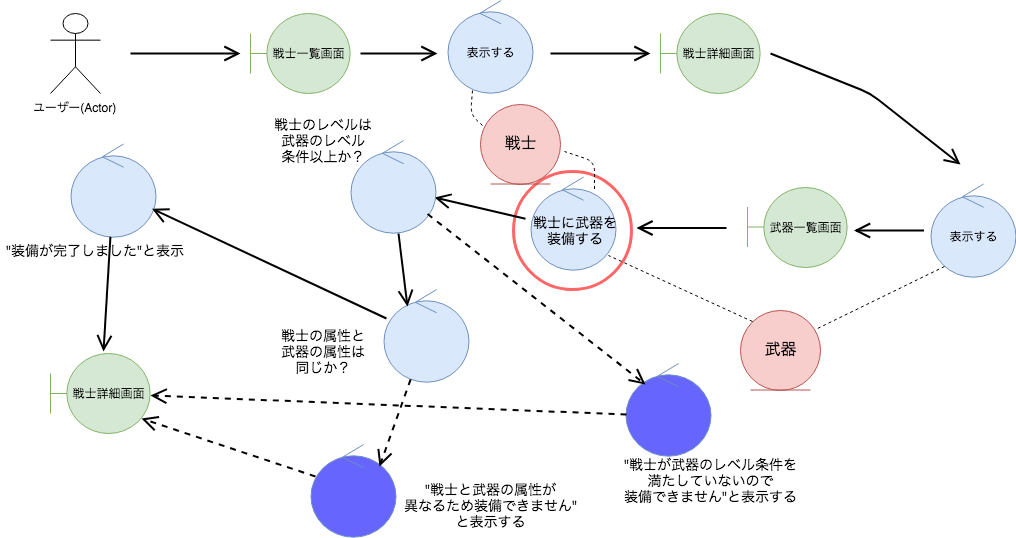
Above: assets/img/robustness/updated-robustness-diagram.png in s10myk4/scalamatsuri2019-slide (draw.io), before the change. Source tidied: cells renumbered, new cells last; positions are measured from the earlier drawing's top-left corner, leaving out a move shared by most shapes. The source it was exported from:
```xml
<mxGraphModel>
  <root>
    <mxCell id="0" />
    <mxCell id="1" parent="0" />
    <mxCell id="2" style="ellipse;whiteSpace=wrap;html=1;strokeColor=#FF6666;strokeWidth=3;labelBackgroundColor=none;fillColor=none;" parent="1" vertex="1">
      <mxGeometry x="513" y="171" width="118" height="118" as="geometry" />
    </mxCell>
    <mxCell id="3" value="&lt;span style=&quot;font-weight: normal&quot;&gt;戦士一覧画面&lt;/span&gt;" style="shape=umlBoundary;whiteSpace=wrap;html=1;fillColor=#d5e8d4;strokeColor=#82b366;fontStyle=1;" parent="1" vertex="1">
      <mxGeometry x="250" y="13" width="100" height="80" as="geometry" />
    </mxCell>
    <mxCell id="4" value="ユーザー(Actor)" style="shape=umlActor;verticalLabelPosition=bottom;labelBackgroundColor=#ffffff;verticalAlign=top;html=1;" parent="1" vertex="1">
      <mxGeometry x="50" y="13" width="50" height="80" as="geometry" />
    </mxCell>
    <mxCell id="5" value="&lt;font style=&quot;font-size: 12px&quot;&gt;戦士詳細画面&lt;/font&gt;" style="shape=umlBoundary;whiteSpace=wrap;html=1;fillColor=#d5e8d4;strokeColor=#82b366;" parent="1" vertex="1">
      <mxGeometry x="660" y="13" width="100" height="80" as="geometry" />
    </mxCell>
    <mxCell id="6" value="戦士詳細画面" style="shape=umlBoundary;whiteSpace=wrap;html=1;fillColor=#d5e8d4;strokeColor=#82b366;" parent="1" vertex="1">
      <mxGeometry x="50" y="353" width="100" height="80" as="geometry" />
    </mxCell>
    <mxCell id="7" style="endArrow=open;endFill=0;endSize=12;html=1;strokeWidth=2;rounded=1;jumpSize=6;" parent="1" edge="1">
      <mxGeometry relative="1" as="geometry">
        <mxPoint x="130" y="53" as="sourcePoint" />
        <mxPoint x="240" y="53" as="targetPoint" />
      </mxGeometry>
    </mxCell>
    <mxCell id="8" style="endArrow=open;endFill=0;endSize=12;html=1;strokeWidth=2;rounded=1;jumpSize=6;" parent="1" edge="1">
      <mxGeometry relative="1" as="geometry">
        <mxPoint x="360" y="53" as="sourcePoint" />
        <mxPoint x="437" y="53" as="targetPoint" />
      </mxGeometry>
    </mxCell>
    <mxCell id="9" style="endArrow=open;endFill=0;endSize=12;html=1;strokeWidth=2;rounded=1;jumpSize=6;" parent="1" edge="1">
      <mxGeometry relative="1" as="geometry">
        <mxPoint x="550" y="53" as="sourcePoint" />
        <mxPoint x="650" y="53" as="targetPoint" />
      </mxGeometry>
    </mxCell>
    <mxCell id="10" style="endArrow=open;endFill=0;endSize=12;html=1;strokeWidth=2;rounded=1;jumpSize=6;" parent="1" edge="1">
      <mxGeometry relative="1" as="geometry">
        <mxPoint x="770" y="53" as="sourcePoint" />
        <mxPoint x="960" y="164" as="targetPoint" />
        <Array as="points">
          <mxPoint x="870" y="93" />
        </Array>
      </mxGeometry>
    </mxCell>
    <mxCell id="11" style="endArrow=open;endFill=0;endSize=12;html=1;strokeWidth=2;rounded=1;jumpSize=6;entryX=0.988;entryY=0.613;entryDx=0;entryDy=0;entryPerimeter=0;" parent="1" edge="1" source="39" target="14">
      <mxGeometry relative="1" as="geometry" />
    </mxCell>
    <mxCell id="12" style="endArrow=open;endFill=0;endSize=12;html=1;strokeWidth=2;rounded=1;jumpSize=6;" parent="1" edge="1">
      <mxGeometry relative="1" as="geometry">
        <mxPoint x="923.5" y="230" as="sourcePoint" />
        <mxPoint x="853.5" y="230" as="targetPoint" />
      </mxGeometry>
    </mxCell>
    <mxCell id="13" value="&lt;span&gt;表示する&lt;/span&gt;" style="ellipse;shape=umlControl;whiteSpace=wrap;html=1;fillColor=#dae8fc;strokeColor=#6c8ebf;" parent="1" vertex="1">
      <mxGeometry x="447.5" width="85" height="93" as="geometry" />
    </mxCell>
    <mxCell id="14" style="ellipse;shape=umlControl;whiteSpace=wrap;html=1;fillColor=#dae8fc;strokeColor=#6c8ebf;" parent="1" vertex="1">
      <mxGeometry x="350" y="140" width="85" height="93" as="geometry" />
    </mxCell>
    <mxCell id="15" style="ellipse;shape=umlControl;whiteSpace=wrap;html=1;fillColor=#dae8fc;strokeColor=#6c8ebf;" parent="1" vertex="1">
      <mxGeometry x="383" y="289" width="85" height="93" as="geometry" />
    </mxCell>
    <mxCell id="16" value="&lt;font style=&quot;font-size: 12px&quot;&gt;武器一覧画面&lt;/font&gt;&lt;br&gt;" style="shape=umlBoundary;whiteSpace=wrap;html=1;fillColor=#d5e8d4;strokeColor=#82b366;" parent="1" vertex="1">
      <mxGeometry x="747" y="186.5" width="100" height="80" as="geometry" />
    </mxCell>
    <mxCell id="17" style="ellipse;shape=umlControl;whiteSpace=wrap;html=1;fillColor=#6666FF;strokeColor=#6c8ebf;" parent="1" vertex="1">
      <mxGeometry x="625" y="363" width="85" height="93" as="geometry" />
    </mxCell>
    <mxCell id="18" style="ellipse;shape=umlControl;whiteSpace=wrap;html=1;fillColor=#dae8fc;strokeColor=#6c8ebf;" parent="1" vertex="1">
      <mxGeometry x="70" y="143.5" width="85" height="93" as="geometry" />
    </mxCell>
    <mxCell id="19" style="endArrow=open;endFill=0;endSize=12;html=1;strokeWidth=2;rounded=1;jumpSize=6;exitX=0.035;exitY=0.312;exitDx=0;exitDy=0;exitPerimeter=0;" parent="1" edge="1" source="15" target="18">
      <mxGeometry relative="1" as="geometry" />
    </mxCell>
    <mxCell id="20" style="endArrow=open;endFill=0;endSize=12;html=1;strokeWidth=2;rounded=1;jumpSize=6;entryX=0.53;entryY=-0.025;entryDx=0;entryDy=0;entryPerimeter=0;" parent="1" edge="1" source="18" target="6">
      <mxGeometry relative="1" as="geometry" />
    </mxCell>
    <mxCell id="21" style="ellipse;shape=umlControl;whiteSpace=wrap;html=1;fillColor=#6666FF;strokeColor=#6c8ebf;" parent="1" vertex="1">
      <mxGeometry x="310" y="444" width="85" height="93" as="geometry" />
    </mxCell>
    <mxCell id="22" style="endArrow=open;endFill=0;endSize=12;html=1;strokeWidth=2;rounded=1;jumpSize=6;entryX=0.282;entryY=0.183;entryDx=0;entryDy=0;entryPerimeter=0;exitX=0.565;exitY=1.005;exitDx=0;exitDy=0;exitPerimeter=0;" parent="1" edge="1" source="14" target="15">
      <mxGeometry relative="1" as="geometry" />
    </mxCell>
    <mxCell id="23" style="endArrow=none;endFill=0;endSize=12;html=1;strokeWidth=1;rounded=1;jumpSize=6;dashed=1;entryX=0.288;entryY=0.968;entryDx=0;entryDy=0;entryPerimeter=0;exitX=0.025;exitY=0.269;exitDx=0;exitDy=0;exitPerimeter=0;" parent="1" edge="1" source="36" target="13">
      <mxGeometry relative="1" as="geometry">
        <Array as="points">
          <mxPoint x="470" y="114" />
        </Array>
      </mxGeometry>
    </mxCell>
    <mxCell id="24" value="&lt;font style=&quot;font-size: 16px&quot;&gt;武器&lt;/font&gt;&lt;br&gt;" style="ellipse;shape=umlEntity;whiteSpace=wrap;html=1;fillColor=#f8cecc;strokeColor=#b85450;" parent="1" vertex="1">
      <mxGeometry x="740" y="309.5" width="80" height="80" as="geometry" />
    </mxCell>
    <mxCell id="25" value="&lt;font style=&quot;font-size: 12px&quot;&gt;表示する&lt;/font&gt;" style="ellipse;shape=umlControl;whiteSpace=wrap;html=1;fillColor=#dae8fc;strokeColor=#6c8ebf;" parent="1" vertex="1">
      <mxGeometry x="930" y="183.5" width="85" height="93" as="geometry" />
    </mxCell>
    <mxCell id="26" value="&lt;font style=&quot;font-size: 14px&quot;&gt;&quot;装備が完了しました&quot;と表示&lt;/font&gt;" style="text;html=1;align=center;verticalAlign=middle;fillColor=none;strokeColor=none;rounded=0;" parent="1" vertex="1">
      <mxGeometry y="240" width="190" height="20" as="geometry" />
    </mxCell>
    <mxCell id="27" value="&lt;span style=&quot;font-size: 14px&quot;&gt;戦士のレベルは&lt;br&gt;武器のレベル&lt;br&gt;条件以上か？&lt;/span&gt;" style="text;html=1;align=center;verticalAlign=middle;fillColor=none;strokeColor=none;rounded=0;" parent="1" vertex="1">
      <mxGeometry x="268" y="115" width="110" height="50" as="geometry" />
    </mxCell>
    <mxCell id="28" value="&lt;span style=&quot;font-size: 14px&quot;&gt;戦士の属性と&lt;br&gt;武器の属性は&lt;br&gt;同じか？&lt;/span&gt;" style="text;html=1;align=center;verticalAlign=middle;fillColor=none;strokeColor=none;rounded=0;" parent="1" vertex="1">
      <mxGeometry x="273" y="326" width="100" height="50" as="geometry" />
    </mxCell>
    <mxCell id="29" style="endArrow=open;endFill=0;endSize=12;html=1;strokeWidth=2;rounded=1;jumpSize=6;dashed=1;entryX=0.235;entryY=0.226;entryDx=0;entryDy=0;entryPerimeter=0;" parent="1" edge="1" source="14" target="17">
      <mxGeometry relative="1" as="geometry" />
    </mxCell>
    <mxCell id="30" value="&lt;span style=&quot;font-size: 14px&quot;&gt;&quot;戦士と武器の属性が&lt;br&gt;異なるため装備できません&quot;&lt;br&gt;と表示する&lt;/span&gt;" style="text;html=1;align=center;verticalAlign=middle;fillColor=none;strokeColor=none;rounded=0;" parent="1" vertex="1">
      <mxGeometry x="395" y="479.5" width="190" height="50" as="geometry" />
    </mxCell>
    <mxCell id="31" value="&lt;span style=&quot;font-size: 14px&quot;&gt;&quot;戦士が武器のレベル条件を&lt;br&gt;満たしていないので&lt;br&gt;装備できません&quot;と表示する&lt;/span&gt;" style="text;html=1;align=center;verticalAlign=middle;fillColor=none;strokeColor=none;rounded=0;" parent="1" vertex="1">
      <mxGeometry x="615" y="454.5" width="190" height="50" as="geometry" />
    </mxCell>
    <mxCell id="32" style="endArrow=open;endFill=0;endSize=12;html=1;strokeWidth=2;rounded=1;jumpSize=6;dashed=1;entryX=0.812;entryY=0.237;entryDx=0;entryDy=0;entryPerimeter=0;" parent="1" edge="1" source="15" target="21">
      <mxGeometry relative="1" as="geometry" />
    </mxCell>
    <mxCell id="33" style="endArrow=open;endFill=0;endSize=12;html=1;strokeWidth=2;rounded=1;jumpSize=6;dashed=1;exitX=0.012;exitY=0.548;exitDx=0;exitDy=0;exitPerimeter=0;" parent="1" edge="1" source="17" target="6">
      <mxGeometry relative="1" as="geometry" />
    </mxCell>
    <mxCell id="34" style="endArrow=open;endFill=0;endSize=12;html=1;strokeWidth=2;rounded=1;jumpSize=6;dashed=1;exitX=0.059;exitY=0.344;exitDx=0;exitDy=0;exitPerimeter=0;entryX=0.91;entryY=0.813;entryDx=0;entryDy=0;entryPerimeter=0;" parent="1" edge="1" source="21" target="6">
      <mxGeometry relative="1" as="geometry" />
    </mxCell>
    <mxCell id="35" style="endArrow=none;endFill=0;endSize=12;html=1;strokeWidth=1;rounded=1;jumpSize=6;exitX=0.165;exitY=0.887;exitDx=0;exitDy=0;exitPerimeter=0;entryX=0.938;entryY=0.244;entryDx=0;entryDy=0;entryPerimeter=0;dashed=1;" parent="1" edge="1" source="25" target="24">
      <mxGeometry relative="1" as="geometry" />
    </mxCell>
    <mxCell id="36" value="&lt;font style=&quot;font-size: 16px&quot;&gt;戦士&lt;/font&gt;" style="ellipse;shape=umlEntity;whiteSpace=wrap;html=1;fillColor=#f8cecc;strokeColor=#b85450;" parent="1" vertex="1">
      <mxGeometry x="480" y="103.5" width="80" height="80" as="geometry" />
    </mxCell>
    <mxCell id="37" style="endArrow=none;endFill=0;endSize=12;html=1;strokeWidth=1;rounded=1;jumpSize=6;dashed=1;entryX=0.918;entryY=0.844;entryDx=0;entryDy=0;entryPerimeter=0;exitX=0;exitY=0;exitDx=0;exitDy=0;" parent="1" edge="1" source="24" target="38">
      <mxGeometry relative="1" as="geometry" />
    </mxCell>
    <mxCell id="38" style="ellipse;shape=umlControl;whiteSpace=wrap;html=1;fillColor=#dae8fc;strokeColor=#6c8ebf;" parent="1" vertex="1">
      <mxGeometry x="530" y="176.5" width="85" height="93" as="geometry" />
    </mxCell>
    <mxCell id="39" value="&lt;span style=&quot;font-size: 14px&quot;&gt;戦士に武器を&lt;br&gt;装備する&lt;/span&gt;" style="text;html=1;align=center;verticalAlign=middle;points=[];fillColor=none;strokeColor=none;rounded=0;" parent="1" vertex="1">
      <mxGeometry x="525" y="210" width="100" height="40" as="geometry" />
    </mxCell>
    <mxCell id="40" style="endArrow=open;endFill=0;endSize=12;html=1;strokeWidth=2;rounded=1;jumpSize=6;" parent="1" edge="1">
      <mxGeometry relative="1" as="geometry">
        <mxPoint x="726" y="227.5" as="sourcePoint" />
        <mxPoint x="636" y="227.5" as="targetPoint" />
      </mxGeometry>
    </mxCell>
    <mxCell id="41" style="endArrow=none;endFill=0;endSize=12;html=1;strokeWidth=1;rounded=1;jumpSize=6;dashed=1;entryX=1.05;entryY=0.594;entryDx=0;entryDy=0;entryPerimeter=0;" parent="1" edge="1" target="36">
      <mxGeometry relative="1" as="geometry">
        <mxPoint x="594" y="188.5" as="sourcePoint" />
        <Array as="points">
          <mxPoint x="594" y="161" />
        </Array>
      </mxGeometry>
    </mxCell>
  </root>
</mxGraphModel>
```
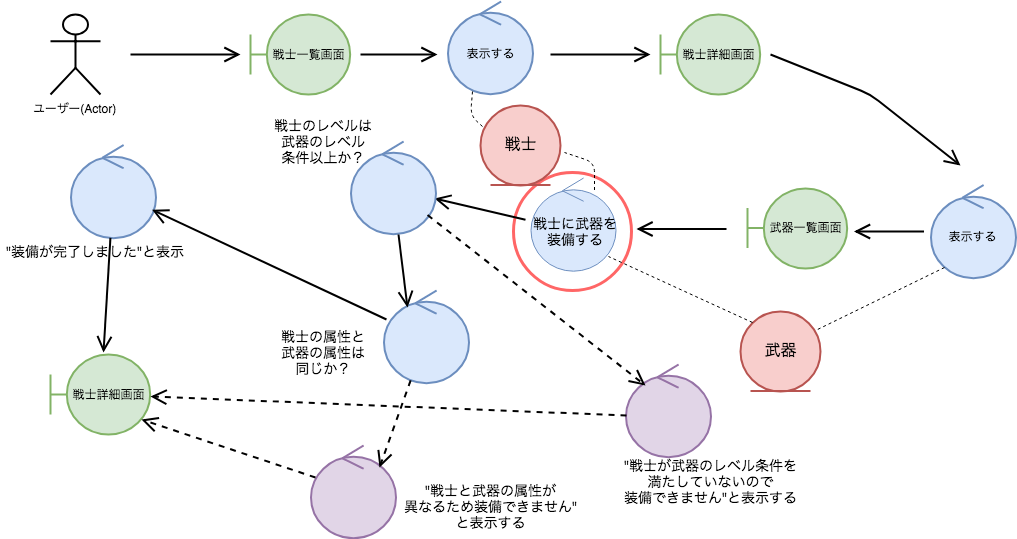
The same diagram one commit later.

The edit, as a diff of the source:
```diff
@@ -5,16 +5,16 @@
     <mxCell id="2" style="ellipse;whiteSpace=wrap;html=1;strokeColor=#FF6666;strokeWidth=3;labelBackgroundColor=none;fillColor=none;" parent="1" vertex="1">
       <mxGeometry x="513" y="171" width="118" height="118" as="geometry" />
     </mxCell>
-    <mxCell id="3" value="&lt;span style=&quot;font-weight: normal&quot;&gt;戦士一覧画面&lt;/span&gt;" style="shape=umlBoundary;whiteSpace=wrap;html=1;fillColor=#d5e8d4;strokeColor=#82b366;fontStyle=1;" parent="1" vertex="1">
+    <mxCell id="3" value="&lt;span style=&quot;font-weight: normal&quot;&gt;戦士一覧画面&lt;/span&gt;" style="shape=umlBoundary;whiteSpace=wrap;html=1;fillColor=#d5e8d4;strokeColor=#82b366;fontStyle=1;strokeWidth=2;" parent="1" vertex="1">
       <mxGeometry x="250" y="13" width="100" height="80" as="geometry" />
     </mxCell>
-    <mxCell id="4" value="ユーザー(Actor)" style="shape=umlActor;verticalLabelPosition=bottom;labelBackgroundColor=#ffffff;verticalAlign=top;html=1;" parent="1" vertex="1">
+    <mxCell id="4" value="ユーザー(Actor)" style="shape=umlActor;verticalLabelPosition=bottom;labelBackgroundColor=#ffffff;verticalAlign=top;html=1;strokeWidth=2;" parent="1" vertex="1">
       <mxGeometry x="50" y="13" width="50" height="80" as="geometry" />
     </mxCell>
-    <mxCell id="5" value="&lt;font style=&quot;font-size: 12px&quot;&gt;戦士詳細画面&lt;/font&gt;" style="shape=umlBoundary;whiteSpace=wrap;html=1;fillColor=#d5e8d4;strokeColor=#82b366;" parent="1" vertex="1">
+    <mxCell id="5" value="&lt;font style=&quot;font-size: 12px&quot;&gt;戦士詳細画面&lt;/font&gt;" style="shape=umlBoundary;whiteSpace=wrap;html=1;fillColor=#d5e8d4;strokeColor=#82b366;strokeWidth=2;" parent="1" vertex="1">
       <mxGeometry x="660" y="13" width="100" height="80" as="geometry" />
     </mxCell>
-    <mxCell id="6" value="戦士詳細画面" style="shape=umlBoundary;whiteSpace=wrap;html=1;fillColor=#d5e8d4;strokeColor=#82b366;" parent="1" vertex="1">
+    <mxCell id="6" value="戦士詳細画面" style="shape=umlBoundary;whiteSpace=wrap;html=1;fillColor=#d5e8d4;strokeColor=#82b366;strokeWidth=2;" parent="1" vertex="1">
       <mxGeometry x="50" y="353" width="100" height="80" as="geometry" />
     </mxCell>
     <mxCell id="7" style="endArrow=open;endFill=0;endSize=12;html=1;strokeWidth=2;rounded=1;jumpSize=6;" parent="1" edge="1">
@@ -53,22 +53,22 @@
         <mxPoint x="853.5" y="230" as="targetPoint" />
       </mxGeometry>
     </mxCell>
-    <mxCell id="13" value="&lt;span&gt;表示する&lt;/span&gt;" style="ellipse;shape=umlControl;whiteSpace=wrap;html=1;fillColor=#dae8fc;strokeColor=#6c8ebf;" parent="1" vertex="1">
+    <mxCell id="13" value="&lt;span&gt;表示する&lt;/span&gt;" style="ellipse;shape=umlControl;whiteSpace=wrap;html=1;fillColor=#dae8fc;strokeColor=#6c8ebf;strokeWidth=2;" parent="1" vertex="1">
       <mxGeometry x="447.5" width="85" height="93" as="geometry" />
     </mxCell>
-    <mxCell id="14" style="ellipse;shape=umlControl;whiteSpace=wrap;html=1;fillColor=#dae8fc;strokeColor=#6c8ebf;" parent="1" vertex="1">
+    <mxCell id="14" style="ellipse;shape=umlControl;whiteSpace=wrap;html=1;fillColor=#dae8fc;strokeColor=#6c8ebf;strokeWidth=2;" parent="1" vertex="1">
       <mxGeometry x="350" y="140" width="85" height="93" as="geometry" />
     </mxCell>
-    <mxCell id="15" style="ellipse;shape=umlControl;whiteSpace=wrap;html=1;fillColor=#dae8fc;strokeColor=#6c8ebf;" parent="1" vertex="1">
+    <mxCell id="15" style="ellipse;shape=umlControl;whiteSpace=wrap;html=1;fillColor=#dae8fc;strokeColor=#6c8ebf;strokeWidth=2;" parent="1" vertex="1">
       <mxGeometry x="383" y="289" width="85" height="93" as="geometry" />
     </mxCell>
-    <mxCell id="16" value="&lt;font style=&quot;font-size: 12px&quot;&gt;武器一覧画面&lt;/font&gt;&lt;br&gt;" style="shape=umlBoundary;whiteSpace=wrap;html=1;fillColor=#d5e8d4;strokeColor=#82b366;" parent="1" vertex="1">
+    <mxCell id="16" value="&lt;font style=&quot;font-size: 12px&quot;&gt;武器一覧画面&lt;/font&gt;&lt;br&gt;" style="shape=umlBoundary;whiteSpace=wrap;html=1;fillColor=#d5e8d4;strokeColor=#82b366;strokeWidth=2;" parent="1" vertex="1">
       <mxGeometry x="747" y="186.5" width="100" height="80" as="geometry" />
     </mxCell>
-    <mxCell id="17" style="ellipse;shape=umlControl;whiteSpace=wrap;html=1;fillColor=#6666FF;strokeColor=#6c8ebf;" parent="1" vertex="1">
+    <mxCell id="17" style="ellipse;shape=umlControl;whiteSpace=wrap;html=1;fillColor=#e1d5e7;strokeColor=#9673a6;strokeWidth=2;" parent="1" vertex="1">
       <mxGeometry x="625" y="363" width="85" height="93" as="geometry" />
     </mxCell>
-    <mxCell id="18" style="ellipse;shape=umlControl;whiteSpace=wrap;html=1;fillColor=#dae8fc;strokeColor=#6c8ebf;" parent="1" vertex="1">
+    <mxCell id="18" style="ellipse;shape=umlControl;whiteSpace=wrap;html=1;fillColor=#dae8fc;strokeColor=#6c8ebf;strokeWidth=2;" parent="1" vertex="1">
       <mxGeometry x="70" y="143.5" width="85" height="93" as="geometry" />
     </mxCell>
     <mxCell id="19" style="endArrow=open;endFill=0;endSize=12;html=1;strokeWidth=2;rounded=1;jumpSize=6;exitX=0.035;exitY=0.312;exitDx=0;exitDy=0;exitPerimeter=0;" parent="1" edge="1" source="15" target="18">
@@ -77,7 +77,7 @@
     <mxCell id="20" style="endArrow=open;endFill=0;endSize=12;html=1;strokeWidth=2;rounded=1;jumpSize=6;entryX=0.53;entryY=-0.025;entryDx=0;entryDy=0;entryPerimeter=0;" parent="1" edge="1" source="18" target="6">
       <mxGeometry relative="1" as="geometry" />
     </mxCell>
-    <mxCell id="21" style="ellipse;shape=umlControl;whiteSpace=wrap;html=1;fillColor=#6666FF;strokeColor=#6c8ebf;" parent="1" vertex="1">
+    <mxCell id="21" style="ellipse;shape=umlControl;whiteSpace=wrap;html=1;fillColor=#e1d5e7;strokeColor=#9673a6;strokeWidth=2;" parent="1" vertex="1">
       <mxGeometry x="310" y="444" width="85" height="93" as="geometry" />
     </mxCell>
     <mxCell id="22" style="endArrow=open;endFill=0;endSize=12;html=1;strokeWidth=2;rounded=1;jumpSize=6;entryX=0.282;entryY=0.183;entryDx=0;entryDy=0;entryPerimeter=0;exitX=0.565;exitY=1.005;exitDx=0;exitDy=0;exitPerimeter=0;" parent="1" edge="1" source="14" target="15">
@@ -90,10 +90,10 @@
         </Array>
       </mxGeometry>
     </mxCell>
-    <mxCell id="24" value="&lt;font style=&quot;font-size: 16px&quot;&gt;武器&lt;/font&gt;&lt;br&gt;" style="ellipse;shape=umlEntity;whiteSpace=wrap;html=1;fillColor=#f8cecc;strokeColor=#b85450;" parent="1" vertex="1">
+    <mxCell id="24" value="&lt;font style=&quot;font-size: 16px&quot;&gt;武器&lt;/font&gt;&lt;br&gt;" style="ellipse;shape=umlEntity;whiteSpace=wrap;html=1;fillColor=#f8cecc;strokeColor=#b85450;strokeWidth=2;" parent="1" vertex="1">
       <mxGeometry x="740" y="309.5" width="80" height="80" as="geometry" />
     </mxCell>
-    <mxCell id="25" value="&lt;font style=&quot;font-size: 12px&quot;&gt;表示する&lt;/font&gt;" style="ellipse;shape=umlControl;whiteSpace=wrap;html=1;fillColor=#dae8fc;strokeColor=#6c8ebf;" parent="1" vertex="1">
+    <mxCell id="25" value="&lt;font style=&quot;font-size: 12px&quot;&gt;表示する&lt;/font&gt;" style="ellipse;shape=umlControl;whiteSpace=wrap;html=1;fillColor=#dae8fc;strokeColor=#6c8ebf;strokeWidth=2;" parent="1" vertex="1">
       <mxGeometry x="930" y="183.5" width="85" height="93" as="geometry" />
     </mxCell>
     <mxCell id="26" value="&lt;font style=&quot;font-size: 14px&quot;&gt;&quot;装備が完了しました&quot;と表示&lt;/font&gt;" style="text;html=1;align=center;verticalAlign=middle;fillColor=none;strokeColor=none;rounded=0;" parent="1" vertex="1">
@@ -126,7 +126,7 @@
     <mxCell id="35" style="endArrow=none;endFill=0;endSize=12;html=1;strokeWidth=1;rounded=1;jumpSize=6;exitX=0.165;exitY=0.887;exitDx=0;exitDy=0;exitPerimeter=0;entryX=0.938;entryY=0.244;entryDx=0;entryDy=0;entryPerimeter=0;dashed=1;" parent="1" edge="1" source="25" target="24">
       <mxGeometry relative="1" as="geometry" />
     </mxCell>
-    <mxCell id="36" value="&lt;font style=&quot;font-size: 16px&quot;&gt;戦士&lt;/font&gt;" style="ellipse;shape=umlEntity;whiteSpace=wrap;html=1;fillColor=#f8cecc;strokeColor=#b85450;" parent="1" vertex="1">
+    <mxCell id="36" value="&lt;font style=&quot;font-size: 16px&quot;&gt;戦士&lt;/font&gt;" style="ellipse;shape=umlEntity;whiteSpace=wrap;html=1;fillColor=#f8cecc;strokeColor=#b85450;strokeWidth=2;" parent="1" vertex="1">
       <mxGeometry x="480" y="103.5" width="80" height="80" as="geometry" />
     </mxCell>
     <mxCell id="37" style="endArrow=none;endFill=0;endSize=12;html=1;strokeWidth=1;rounded=1;jumpSize=6;dashed=1;entryX=0.918;entryY=0.844;entryDx=0;entryDy=0;entryPerimeter=0;exitX=0;exitY=0;exitDx=0;exitDy=0;" parent="1" edge="1" source="24" target="38">
```
